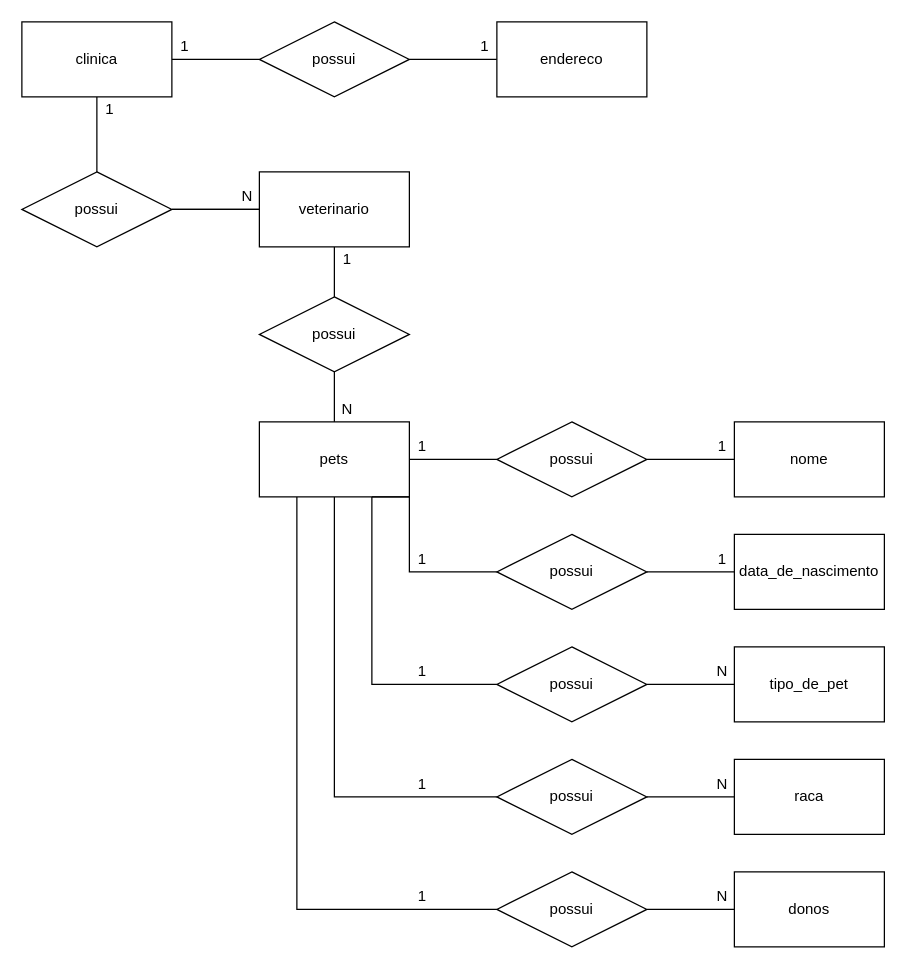
chibobinho/Senai_sprint1_BancoDeDados keeps this draw.io diagram as page "conceitual" (1 of 2) of exercicios/1.3-exercicio-pclinics/1.3-exercicio-pclinics.drawio. Above is the earlier version. Source tidied: cells renumbered, new cells numbered last; positions are measured from the earlier drawing's top-left corner, leaving out a move shared by most shapes. Both pictures are drawn from the tidied source at 125%, with x=0, y=0 at pixel (21, 21).
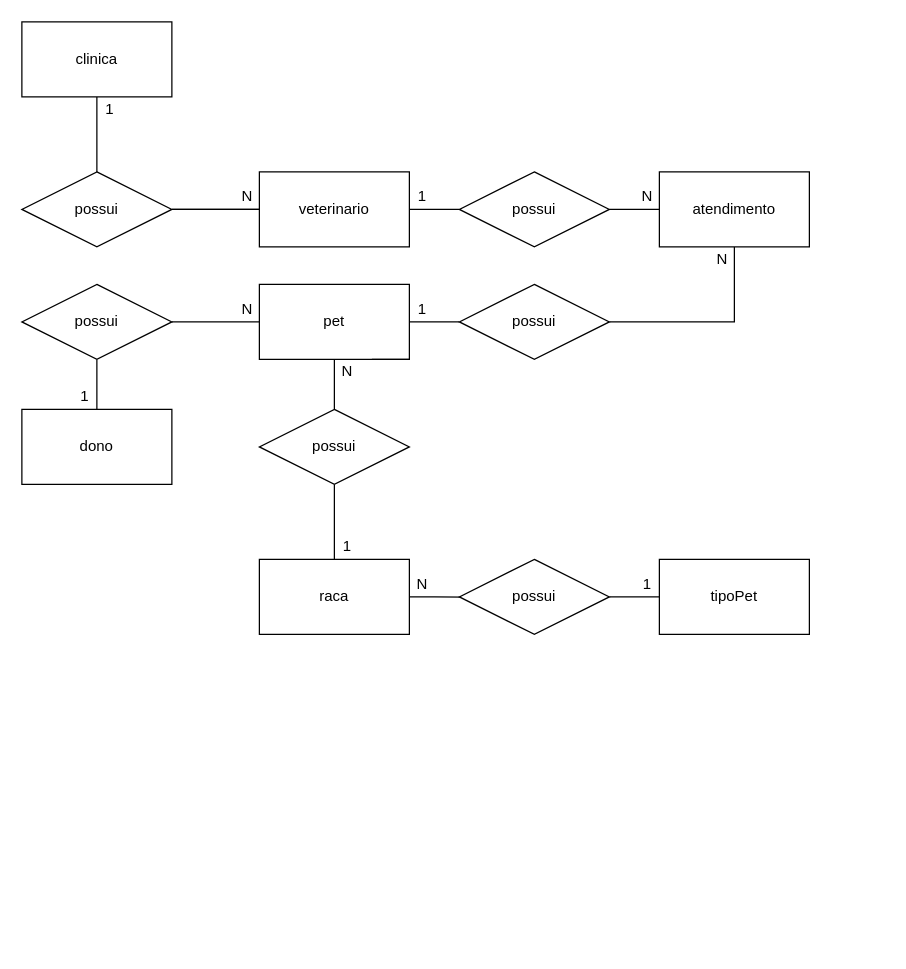
The same diagram, later.

Unchanged cells that the change refers to:
```xml
<mxCell id="4" value="clinica" style="rounded=0;whiteSpace=wrap;html=1;" parent="1" vertex="1">
  <mxGeometry width="120" height="60" as="geometry" />
</mxCell>
<mxCell id="23" value="possui" style="shape=rhombus;perimeter=rhombusPerimeter;whiteSpace=wrap;html=1;align=center;" parent="1" vertex="1">
  <mxGeometry y="120" width="120" height="60" as="geometry" />
</mxCell>
<mxCell id="26" value="veterinario" style="rounded=0;whiteSpace=wrap;html=1;" parent="1" vertex="1">
  <mxGeometry x="190" y="120" width="120" height="60" as="geometry" />
</mxCell>
```

What changed in the source:
```diff
@@
-    <mxCell id="2" style="edgeStyle=orthogonalEdgeStyle;rounded=0;jettySize=auto;html=1;exitX=1;exitY=0.5;exitDx=0;exitDy=0;entryX=0;entryY=0.5;entryDx=0;entryDy=0;endArrow=none;endFill=0;" parent="1" edge="1" source="4" target="6">
-      <mxGeometry relative="1" as="geometry" />
-    </mxCell>
@@
-    <mxCell id="5" style="edgeStyle=orthogonalEdgeStyle;rounded=0;jettySize=auto;html=1;exitX=1;exitY=0.5;exitDx=0;exitDy=0;entryX=0;entryY=0.5;entryDx=0;entryDy=0;endArrow=none;endFill=0;" parent="1" edge="1" source="6" target="7">
-      <mxGeometry relative="1" as="geometry" />
-    </mxCell>
-    <mxCell id="6" value="possui" style="shape=rhombus;perimeter=rhombusPerimeter;whiteSpace=wrap;html=1;align=center;" parent="1" vertex="1">
-      <mxGeometry x="190" width="120" height="60" as="geometry" />
-    </mxCell>
-    <mxCell id="7" value="endereco" style="rounded=0;whiteSpace=wrap;html=1;" parent="1" vertex="1">
-      <mxGeometry x="380" width="120" height="60" as="geometry" />
-    </mxCell>
-    <mxCell id="8" value="1" style="text;html=1;align=center;verticalAlign=middle;strokeColor=none;" parent="1" vertex="1">
-      <mxGeometry x="120" y="10" width="20" height="20" as="geometry" />
-    </mxCell>
-    <mxCell id="9" value="1" style="text;html=1;align=center;verticalAlign=middle;strokeColor=none;" parent="1" vertex="1">
-      <mxGeometry x="360" y="10" width="20" height="20" as="geometry" />
-    </mxCell>
-    <mxCell id="10" style="edgeStyle=orthogonalEdgeStyle;rounded=0;jettySize=auto;html=1;exitX=1;exitY=0.5;exitDx=0;exitDy=0;entryX=0;entryY=0.5;entryDx=0;entryDy=0;endArrow=none;endFill=0;" parent="1" edge="1" source="16" target="18">
-      <mxGeometry relative="1" as="geometry" />
-    </mxCell>
-    <mxCell id="11" style="edgeStyle=orthogonalEdgeStyle;rounded=0;jettySize=auto;html=1;exitX=0.5;exitY=0;exitDx=0;exitDy=0;entryX=0.5;entryY=1;entryDx=0;entryDy=0;endArrow=none;endFill=0;" parent="1" edge="1" source="16" target="27">
-      <mxGeometry relative="1" as="geometry" />
-    </mxCell>
-    <mxCell id="12" style="edgeStyle=orthogonalEdgeStyle;rounded=0;jettySize=auto;html=1;exitX=1;exitY=1;exitDx=0;exitDy=0;entryX=0;entryY=0.5;entryDx=0;entryDy=0;endArrow=none;endFill=0;" parent="1" edge="1" source="16" target="29">
-      <mxGeometry relative="1" as="geometry" />
-    </mxCell>
-    <mxCell id="13" style="edgeStyle=orthogonalEdgeStyle;rounded=0;jettySize=auto;html=1;exitX=0.75;exitY=1;exitDx=0;exitDy=0;entryX=0;entryY=0.5;entryDx=0;entryDy=0;endArrow=none;endFill=0;" parent="1" edge="1" source="16" target="31">
-      <mxGeometry relative="1" as="geometry" />
-    </mxCell>
-    <mxCell id="14" style="edgeStyle=orthogonalEdgeStyle;rounded=0;jettySize=auto;html=1;exitX=0.5;exitY=1;exitDx=0;exitDy=0;entryX=0;entryY=0.5;entryDx=0;entryDy=0;endArrow=none;endFill=0;" parent="1" edge="1" source="16" target="36">
-      <mxGeometry relative="1" as="geometry" />
-    </mxCell>
-    <mxCell id="15" style="edgeStyle=orthogonalEdgeStyle;rounded=0;jettySize=auto;html=1;exitX=0.25;exitY=1;exitDx=0;exitDy=0;entryX=0;entryY=0.5;entryDx=0;entryDy=0;endArrow=none;endFill=0;" parent="1" edge="1" source="16" target="38">
-      <mxGeometry relative="1" as="geometry" />
-    </mxCell>
+    <mxCell id="53" style="edgeStyle=orthogonalEdgeStyle;rounded=0;jettySize=auto;html=1;exitX=0;exitY=0.5;exitDx=0;exitDy=0;entryX=1;entryY=0.5;entryDx=0;entryDy=0;endArrow=none;endFill=0;" parent="1" edge="1" source="16" target="63">
+      <mxGeometry relative="1" as="geometry" />
+    </mxCell>
-    <mxCell id="16" value="pets" style="rounded=0;whiteSpace=wrap;html=1;" parent="1" vertex="1">
-      <mxGeometry x="190" y="320" width="120" height="60" as="geometry" />
+    <mxCell id="16" value="pet" style="rounded=0;whiteSpace=wrap;html=1;" parent="1" vertex="1">
+      <mxGeometry x="190" y="210" width="120" height="60" as="geometry" />
     </mxCell>
-    <mxCell id="17" style="edgeStyle=orthogonalEdgeStyle;rounded=0;jettySize=auto;html=1;exitX=1;exitY=0.5;exitDx=0;exitDy=0;entryX=0;entryY=0.5;entryDx=0;entryDy=0;endArrow=none;endFill=0;" parent="1" edge="1" source="18" target="19">
-      <mxGeometry relative="1" as="geometry" />
-    </mxCell>
+    <mxCell id="54" style="edgeStyle=orthogonalEdgeStyle;rounded=0;jettySize=auto;html=1;exitX=0;exitY=0.5;exitDx=0;exitDy=0;entryX=1;entryY=0.5;entryDx=0;entryDy=0;endArrow=none;endFill=0;" parent="1" edge="1" source="18" target="16">
+      <mxGeometry relative="1" as="geometry" />
+    </mxCell>
+    <mxCell id="55" style="edgeStyle=orthogonalEdgeStyle;rounded=0;jettySize=auto;html=1;exitX=1;exitY=0.5;exitDx=0;exitDy=0;entryX=0.5;entryY=1;entryDx=0;entryDy=0;endArrow=none;endFill=0;" parent="1" edge="1" source="18" target="57">
+      <mxGeometry relative="1" as="geometry" />
+    </mxCell>
     <mxCell id="18" value="possui" style="shape=rhombus;perimeter=rhombusPerimeter;whiteSpace=wrap;html=1;align=center;" parent="1" vertex="1">
-      <mxGeometry x="380" y="320" width="120" height="60" as="geometry" />
+      <mxGeometry x="350" y="210" width="120" height="60" as="geometry" />
     </mxCell>
-    <mxCell id="19" value="nome" style="rounded=0;whiteSpace=wrap;html=1;" parent="1" vertex="1">
-      <mxGeometry x="570" y="320" width="120" height="60" as="geometry" />
-    </mxCell>
-    <mxCell id="20" value="data_de_nascimento" style="rounded=0;whiteSpace=wrap;html=1;" parent="1" vertex="1">
-      <mxGeometry x="570" y="410" width="120" height="60" as="geometry" />
-    </mxCell>
-    <mxCell id="21" value="tipo_de_pet" style="rounded=0;whiteSpace=wrap;html=1;" parent="1" vertex="1">
-      <mxGeometry x="570" y="500" width="120" height="60" as="geometry" />
-    </mxCell>
@@
+    <mxCell id="25" style="edgeStyle=orthogonalEdgeStyle;rounded=0;jettySize=auto;html=1;endArrow=none;endFill=0;" parent="1" edge="1" source="26" target="23">
+      <mxGeometry relative="1" as="geometry" />
+    </mxCell>
-    <mxCell id="24" style="edgeStyle=orthogonalEdgeStyle;rounded=0;jettySize=auto;html=1;exitX=0.5;exitY=1;exitDx=0;exitDy=0;entryX=0.5;entryY=0;entryDx=0;entryDy=0;endArrow=none;endFill=0;" parent="1" edge="1" source="26" target="27">
+    <mxCell id="24" style="edgeStyle=orthogonalEdgeStyle;rounded=0;jettySize=auto;html=1;exitX=1;exitY=0.5;exitDx=0;exitDy=0;entryX=0;entryY=0.5;entryDx=0;entryDy=0;endArrow=none;endFill=0;" parent="1" edge="1" source="26" target="27">
       <mxGeometry relative="1" as="geometry" />
     </mxCell>
-    <mxCell id="25" style="edgeStyle=orthogonalEdgeStyle;rounded=0;jettySize=auto;html=1;endArrow=none;endFill=0;" parent="1" edge="1" source="26" target="23">
-      <mxGeometry relative="1" as="geometry" />
-    </mxCell>
@@
+    <mxCell id="56" style="edgeStyle=orthogonalEdgeStyle;rounded=0;jettySize=auto;html=1;exitX=1;exitY=0.5;exitDx=0;exitDy=0;entryX=0;entryY=0.5;entryDx=0;entryDy=0;endArrow=none;endFill=0;" parent="1" edge="1" source="27" target="57">
+      <mxGeometry relative="1" as="geometry" />
+    </mxCell>
     <mxCell id="27" value="possui" style="shape=rhombus;perimeter=rhombusPerimeter;whiteSpace=wrap;html=1;align=center;" parent="1" vertex="1">
-      <mxGeometry x="190" y="220" width="120" height="60" as="geometry" />
+      <mxGeometry x="350" y="120" width="120" height="60" as="geometry" />
     </mxCell>
-    <mxCell id="28" style="edgeStyle=orthogonalEdgeStyle;rounded=0;jettySize=auto;html=1;exitX=1;exitY=0.5;exitDx=0;exitDy=0;entryX=0;entryY=0.5;entryDx=0;entryDy=0;endArrow=none;endFill=0;" parent="1" edge="1" source="29" target="20">
-      <mxGeometry relative="1" as="geometry" />
-    </mxCell>
-    <mxCell id="29" value="possui" style="shape=rhombus;perimeter=rhombusPerimeter;whiteSpace=wrap;html=1;align=center;" parent="1" vertex="1">
-      <mxGeometry x="380" y="410" width="120" height="60" as="geometry" />
-    </mxCell>
-    <mxCell id="30" style="edgeStyle=orthogonalEdgeStyle;rounded=0;jettySize=auto;html=1;exitX=1;exitY=0.5;exitDx=0;exitDy=0;entryX=0;entryY=0.5;entryDx=0;entryDy=0;endArrow=none;endFill=0;" parent="1" edge="1" source="31" target="21">
-      <mxGeometry relative="1" as="geometry" />
-    </mxCell>
-    <mxCell id="31" value="possui" style="shape=rhombus;perimeter=rhombusPerimeter;whiteSpace=wrap;html=1;align=center;" parent="1" vertex="1">
-      <mxGeometry x="380" y="500" width="120" height="60" as="geometry" />
-    </mxCell>
@@
-    <mxCell id="33" value="raca" style="rounded=0;whiteSpace=wrap;html=1;" parent="1" vertex="1">
-      <mxGeometry x="570" y="590" width="120" height="60" as="geometry" />
-    </mxCell>
-    <mxCell id="34" value="donos" style="rounded=0;whiteSpace=wrap;html=1;" parent="1" vertex="1">
-      <mxGeometry x="570" y="680" width="120" height="60" as="geometry" />
+    <mxCell id="34" value="dono" style="rounded=0;whiteSpace=wrap;html=1;" parent="1" vertex="1">
+      <mxGeometry y="310" width="120" height="60" as="geometry" />
     </mxCell>
-    <mxCell id="35" style="edgeStyle=orthogonalEdgeStyle;rounded=0;jettySize=auto;html=1;exitX=1;exitY=0.5;exitDx=0;exitDy=0;entryX=0;entryY=0.5;entryDx=0;entryDy=0;endArrow=none;endFill=0;" parent="1" edge="1" source="36" target="33">
-      <mxGeometry relative="1" as="geometry" />
-    </mxCell>
-    <mxCell id="36" value="possui" style="shape=rhombus;perimeter=rhombusPerimeter;whiteSpace=wrap;html=1;align=center;" parent="1" vertex="1">
-      <mxGeometry x="380" y="590" width="120" height="60" as="geometry" />
-    </mxCell>
-    <mxCell id="37" style="edgeStyle=orthogonalEdgeStyle;rounded=0;jettySize=auto;html=1;exitX=1;exitY=0.5;exitDx=0;exitDy=0;entryX=0;entryY=0.5;entryDx=0;entryDy=0;endArrow=none;endFill=0;" parent="1" edge="1" source="38" target="34">
-      <mxGeometry relative="1" as="geometry" />
-    </mxCell>
-    <mxCell id="38" value="possui" style="shape=rhombus;perimeter=rhombusPerimeter;whiteSpace=wrap;html=1;align=center;" parent="1" vertex="1">
-      <mxGeometry x="380" y="680" width="120" height="60" as="geometry" />
-    </mxCell>
@@
-    <mxCell id="41" value="1" style="text;html=1;align=center;verticalAlign=middle;strokeColor=none;" parent="1" vertex="1">
-      <mxGeometry x="250" y="180" width="20" height="20" as="geometry" />
-    </mxCell>
-    <mxCell id="42" value="N" style="text;html=1;align=center;verticalAlign=middle;strokeColor=none;" parent="1" vertex="1">
-      <mxGeometry x="250" y="300" width="20" height="20" as="geometry" />
-    </mxCell>
-    <mxCell id="43" value="1" style="text;html=1;align=center;verticalAlign=middle;strokeColor=none;" parent="1" vertex="1">
-      <mxGeometry x="550" y="330" width="20" height="20" as="geometry" />
-    </mxCell>
-    <mxCell id="44" value="1" style="text;html=1;align=center;verticalAlign=middle;strokeColor=none;" parent="1" vertex="1">
-      <mxGeometry x="550" y="420" width="20" height="20" as="geometry" />
-    </mxCell>
-    <mxCell id="45" value="N" style="text;html=1;align=center;verticalAlign=middle;strokeColor=none;" parent="1" vertex="1">
-      <mxGeometry x="550" y="690" width="20" height="20" as="geometry" />
-    </mxCell>
-    <mxCell id="46" value="1" style="text;html=1;align=center;verticalAlign=middle;strokeColor=none;" parent="1" vertex="1">
-      <mxGeometry x="310" y="330" width="20" height="20" as="geometry" />
-    </mxCell>
-    <mxCell id="47" value="1" style="text;html=1;align=center;verticalAlign=middle;strokeColor=none;" parent="1" vertex="1">
-      <mxGeometry x="310" y="420" width="20" height="20" as="geometry" />
-    </mxCell>
-    <mxCell id="48" value="1" style="text;html=1;align=center;verticalAlign=middle;strokeColor=none;" parent="1" vertex="1">
-      <mxGeometry x="310" y="510" width="20" height="20" as="geometry" />
-    </mxCell>
-    <mxCell id="49" value="1" style="text;html=1;align=center;verticalAlign=middle;strokeColor=none;" parent="1" vertex="1">
-      <mxGeometry x="310" y="600" width="20" height="20" as="geometry" />
-    </mxCell>
-    <mxCell id="50" value="1" style="text;html=1;align=center;verticalAlign=middle;strokeColor=none;" parent="1" vertex="1">
-      <mxGeometry x="310" y="690" width="20" height="20" as="geometry" />
-    </mxCell>
-    <mxCell id="51" value="N" style="text;html=1;align=center;verticalAlign=middle;strokeColor=none;" parent="1" vertex="1">
-      <mxGeometry x="550" y="600" width="20" height="20" as="geometry" />
-    </mxCell>
-    <mxCell id="52" value="N" style="text;html=1;align=center;verticalAlign=middle;strokeColor=none;" parent="1" vertex="1">
-      <mxGeometry x="550" y="510" width="20" height="20" as="geometry" />
-    </mxCell>
+    <mxCell id="57" value="atendimento" style="rounded=0;whiteSpace=wrap;html=1;" parent="1" vertex="1">
+      <mxGeometry x="510" y="120" width="120" height="60" as="geometry" />
+    </mxCell>
+    <mxCell id="58" value="1" style="text;html=1;align=center;verticalAlign=middle;strokeColor=none;" parent="1" vertex="1">
+      <mxGeometry x="310" y="130" width="20" height="20" as="geometry" />
+    </mxCell>
+    <mxCell id="59" value="N" style="text;html=1;align=center;verticalAlign=middle;strokeColor=none;" parent="1" vertex="1">
+      <mxGeometry x="490" y="130" width="20" height="20" as="geometry" />
+    </mxCell>
+    <mxCell id="60" value="1" style="text;html=1;align=center;verticalAlign=middle;strokeColor=none;" parent="1" vertex="1">
+      <mxGeometry x="310" y="220" width="20" height="20" as="geometry" />
+    </mxCell>
+    <mxCell id="61" value="N" style="text;html=1;align=center;verticalAlign=middle;strokeColor=none;" parent="1" vertex="1">
+      <mxGeometry x="550" y="180" width="20" height="20" as="geometry" />
+    </mxCell>
+    <mxCell id="62" style="edgeStyle=orthogonalEdgeStyle;rounded=0;jettySize=auto;html=1;exitX=0.5;exitY=1;exitDx=0;exitDy=0;entryX=0.5;entryY=0;entryDx=0;entryDy=0;endArrow=none;endFill=0;" parent="1" edge="1" source="63" target="34">
+      <mxGeometry relative="1" as="geometry" />
+    </mxCell>
+    <mxCell id="63" value="possui" style="shape=rhombus;perimeter=rhombusPerimeter;whiteSpace=wrap;html=1;align=center;" parent="1" vertex="1">
+      <mxGeometry y="210" width="120" height="60" as="geometry" />
+    </mxCell>
+    <mxCell id="64" value="N" style="text;html=1;align=center;verticalAlign=middle;strokeColor=none;" parent="1" vertex="1">
+      <mxGeometry x="170" y="220" width="20" height="20" as="geometry" />
+    </mxCell>
+    <mxCell id="65" value="1" style="text;html=1;align=center;verticalAlign=middle;strokeColor=none;" parent="1" vertex="1">
+      <mxGeometry x="40" y="290" width="20" height="20" as="geometry" />
+    </mxCell>
+    <mxCell id="66" style="edgeStyle=orthogonalEdgeStyle;rounded=0;jettySize=auto;html=1;exitX=0.5;exitY=0;exitDx=0;exitDy=0;entryX=0.5;entryY=1;entryDx=0;entryDy=0;endArrow=none;endFill=0;" parent="1" edge="1" source="67" target="16">
+      <mxGeometry relative="1" as="geometry" />
+    </mxCell>
+    <mxCell id="67" value="possui" style="shape=rhombus;perimeter=rhombusPerimeter;whiteSpace=wrap;html=1;align=center;" parent="1" vertex="1">
+      <mxGeometry x="190" y="310" width="120" height="60" as="geometry" />
+    </mxCell>
+    <mxCell id="68" style="edgeStyle=orthogonalEdgeStyle;rounded=0;jettySize=auto;html=1;exitX=1;exitY=0.5;exitDx=0;exitDy=0;entryX=0.038;entryY=0.502;entryDx=0;entryDy=0;entryPerimeter=0;endArrow=none;endFill=0;" parent="1" edge="1" source="33" target="71">
+      <mxGeometry relative="1" as="geometry" />
+    </mxCell>
+    <mxCell id="69" style="edgeStyle=orthogonalEdgeStyle;rounded=0;jettySize=auto;html=1;exitX=0.5;exitY=0;exitDx=0;exitDy=0;entryX=0.5;entryY=1;entryDx=0;entryDy=0;endArrow=none;endFill=0;" parent="1" edge="1" source="33" target="67">
+      <mxGeometry relative="1" as="geometry" />
+    </mxCell>
+    <mxCell id="33" value="raca" style="rounded=0;whiteSpace=wrap;html=1;" parent="1" vertex="1">
+      <mxGeometry x="190" y="430" width="120" height="60" as="geometry" />
+    </mxCell>
+    <mxCell id="70" style="edgeStyle=orthogonalEdgeStyle;rounded=0;jettySize=auto;html=1;exitX=1;exitY=0.5;exitDx=0;exitDy=0;entryX=0;entryY=0.5;entryDx=0;entryDy=0;endArrow=none;endFill=0;" parent="1" edge="1" source="71" target="72">
+      <mxGeometry relative="1" as="geometry" />
+    </mxCell>
+    <mxCell id="71" value="possui" style="shape=rhombus;perimeter=rhombusPerimeter;whiteSpace=wrap;html=1;align=center;" parent="1" vertex="1">
+      <mxGeometry x="350" y="430" width="120" height="60" as="geometry" />
+    </mxCell>
+    <mxCell id="72" value="tipoPet" style="rounded=0;whiteSpace=wrap;html=1;" parent="1" vertex="1">
+      <mxGeometry x="510" y="430" width="120" height="60" as="geometry" />
+    </mxCell>
+    <mxCell id="73" value="N" style="text;html=1;align=center;verticalAlign=middle;strokeColor=none;" parent="1" vertex="1">
+      <mxGeometry x="250" y="270" width="20" height="20" as="geometry" />
+    </mxCell>
+    <mxCell id="74" value="1" style="text;html=1;align=center;verticalAlign=middle;strokeColor=none;" parent="1" vertex="1">
+      <mxGeometry x="250" y="410" width="20" height="20" as="geometry" />
+    </mxCell>
+    <mxCell id="75" value="N" style="text;html=1;align=center;verticalAlign=middle;strokeColor=none;" parent="1" vertex="1">
+      <mxGeometry x="310" y="440" width="20" height="20" as="geometry" />
+    </mxCell>
+    <mxCell id="76" value="1" style="text;html=1;align=center;verticalAlign=middle;strokeColor=none;" parent="1" vertex="1">
+      <mxGeometry x="490" y="440" width="20" height="20" as="geometry" />
+    </mxCell>
```
